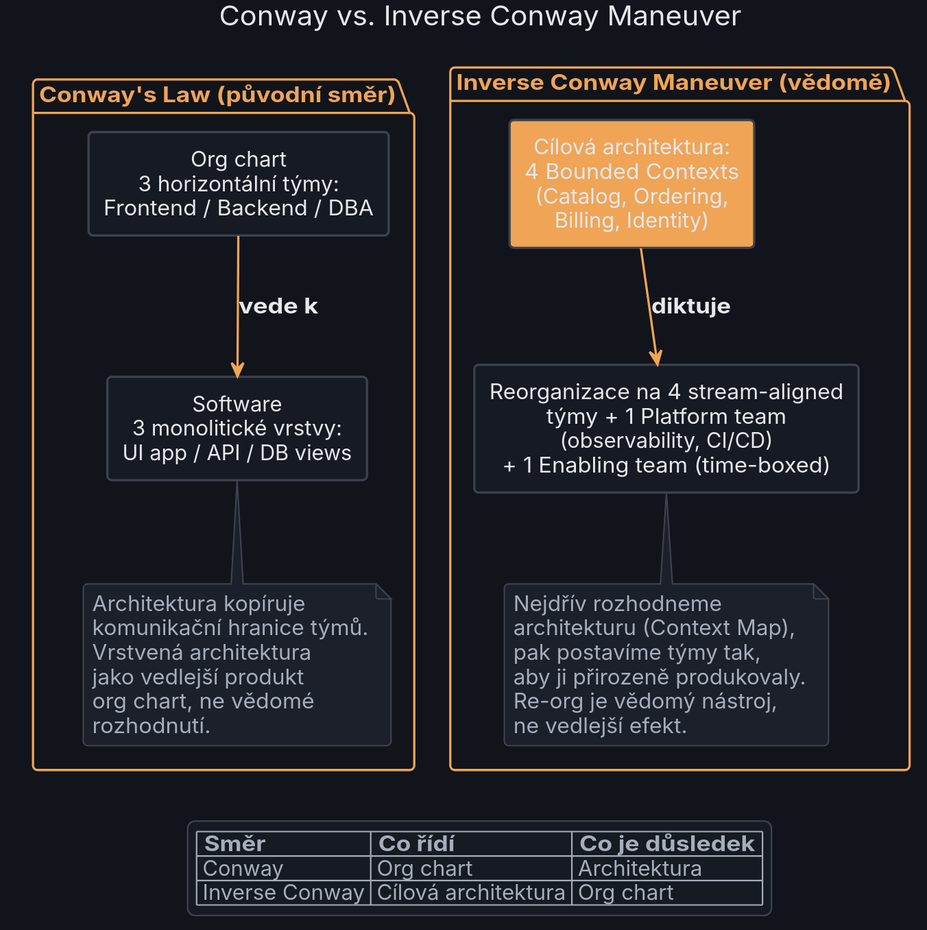
Before: templates/diagrams/18_team_topologies/conway_inverse.svg, a diagram exported from PlantUML (MichalKatuscak/ddd-v-symfony). The source it was exported from:
```plantuml
@startuml conway_inverse
skinparam dpi 150
skinparam backgroundColor #11141A
skinparam shadowing false
skinparam roundCorner 6

skinparam defaultFontName "DejaVu Sans"
skinparam defaultFontSize 14
skinparam defaultFontColor #E6E8EC
skinparam defaultTextAlignment center


skinparam ArrowColor #F0A456
skinparam ArrowFontColor #E6E8EC
skinparam ArrowThickness 1.5

skinparam node {
  BackgroundColor #161A22
  BorderColor #3D424E
  FontColor #E6E8EC
}

skinparam component {
  BackgroundColor #161A22
  BorderColor #3D424E
  FontColor #E6E8EC
}

skinparam rectangle {
  BackgroundColor #161A22
  BorderColor #3D424E
  FontColor #E6E8EC
}

skinparam package {
  BackgroundColor #11141A
  BorderColor #F0A456
  FontColor #F0A456
}

skinparam folder {
  BackgroundColor #161A22
  BorderColor #3D424E
  FontColor #E6E8EC
}

skinparam frame {
  BackgroundColor #161A22
  BorderColor #3D424E
  FontColor #E6E8EC
}

skinparam database {
  BackgroundColor #1B202A
  BorderColor #3D424E
  FontColor #E6E8EC
}

skinparam queue {
  BackgroundColor #1B202A
  BorderColor #3D424E
  FontColor #E6E8EC
}

skinparam cloud {
  BackgroundColor #1B202A
  BorderColor #3D424E
  FontColor #E6E8EC
}

skinparam actor {
  BackgroundColor #161A22
  BorderColor #F0A456
  FontColor #E6E8EC
}

skinparam usecase {
  BackgroundColor #161A22
  BorderColor #3D424E
  FontColor #E6E8EC
}

skinparam class {
  BackgroundColor #161A22
  BorderColor #3D424E
  HeaderBackgroundColor #1B202A
  ArrowColor #F0A456
  FontColor #E6E8EC
  AttributeFontColor #A6ADBB
  StereotypeFontColor #F0A456
}

skinparam object {
  BackgroundColor #161A22
  BorderColor #3D424E
  FontColor #E6E8EC
}

skinparam sequence {
  ParticipantBackgroundColor #161A22
  ParticipantBorderColor #3D424E
  ParticipantFontColor #E6E8EC
  ActorBackgroundColor #161A22
  ActorBorderColor #F0A456
  ActorFontColor #E6E8EC
  LifeLineBorderColor #3D424E
  LifeLineBackgroundColor #1B202A
  ArrowColor #F0A456
  ArrowFontColor #E6E8EC
  GroupBackgroundColor #1B202A
  GroupBorderColor #3D424E
  GroupFontColor #A6ADBB
  GroupHeaderFontColor #F0A456
  BoxBackgroundColor #11141A
  BoxBorderColor #F0A456
  BoxFontColor #F0A456
  DividerBackgroundColor #1B202A
  DividerBorderColor #3D424E
  DividerFontColor #A6ADBB
  ReferenceBackgroundColor #161A22
  ReferenceBorderColor #3D424E
  ReferenceFontColor #E6E8EC
  ReferenceHeaderBackgroundColor #1B202A
  StereotypeFontColor #F0A456
}

skinparam state {
  BackgroundColor #161A22
  BorderColor #3D424E
  FontColor #E6E8EC
  StartColor #F0A456
  EndColor #F0A456
  ArrowColor #F0A456
  AttributeFontColor #A6ADBB
}

skinparam activity {
  BackgroundColor #161A22
  BorderColor #3D424E
  FontColor #E6E8EC
  ArrowColor #F0A456
  StartColor #F0A456
  EndColor #F0A456
  BarColor #F0A456
  DiamondBackgroundColor #1B202A
  DiamondBorderColor #3D424E
  DiamondFontColor #E6E8EC
}

skinparam note {
  BackgroundColor #1B202A
  BorderColor #3D424E
  FontColor #A6ADBB
}

skinparam title {
  FontColor #E6E8EC
  FontSize 18
}

skinparam legend {
  BackgroundColor #161A22
  BorderColor #3D424E
  FontColor #A6ADBB
}

skinparam caption {
  FontColor #A6ADBB
}

skinparam stereotype {
  CBackgroundColor #1B202A
  CBorderColor #F0A456
  ABackgroundColor #1B202A
  ABorderColor #F0A456
  IBackgroundColor #1B202A
  IBorderColor #F0A456
  EBackgroundColor #1B202A
  EBorderColor #F0A456
}

title Conway vs. Inverse Conway Maneuver

package "Conway's Law (původní směr)" {
    rectangle "Org chart\n3 horizontální týmy:\nFrontend / Backend / DBA" as org1
    rectangle "Software\n3 monolitické vrstvy:\nUI app / API / DB views" as sw1
    org1 -down-> sw1 : <b>vede k</b>
    note bottom of sw1
      Architektura kopíruje
      komunikační hranice týmů.
      Vrstvená architektura
      jako vedlejší produkt
      org chart, ne vědomé
      rozhodnutí.
    end note
}

package "Inverse Conway Maneuver (vědomě)" {
    rectangle "Cílová architektura:\n4 Bounded Contexts\n(Catalog, Ordering,\nBilling, Identity)" as sw2 #F0A456
    rectangle "Reorganizace na 4 stream-aligned\ntýmy + 1 Platform team\n(observability, CI/CD)\n+ 1 Enabling team (time-boxed)" as org2
    sw2 -down-> org2 : <b>diktuje</b>
    note bottom of org2
      Nejdřív rozhodneme
      architekturu (Context Map),
      pak postavíme týmy tak,
      aby ji přirozeně produkovaly.
      Re-org je vědomý nástroj,
      ne vedlejší efekt.
    end note
}

org1 -[hidden]right- sw2

legend bottom
  | Směr | Co řídí | Co je důsledek |
  | Conway | Org chart | Architektura |
  | Inverse Conway | Cílová architektura | Org chart |
endlegend

@enduml
```
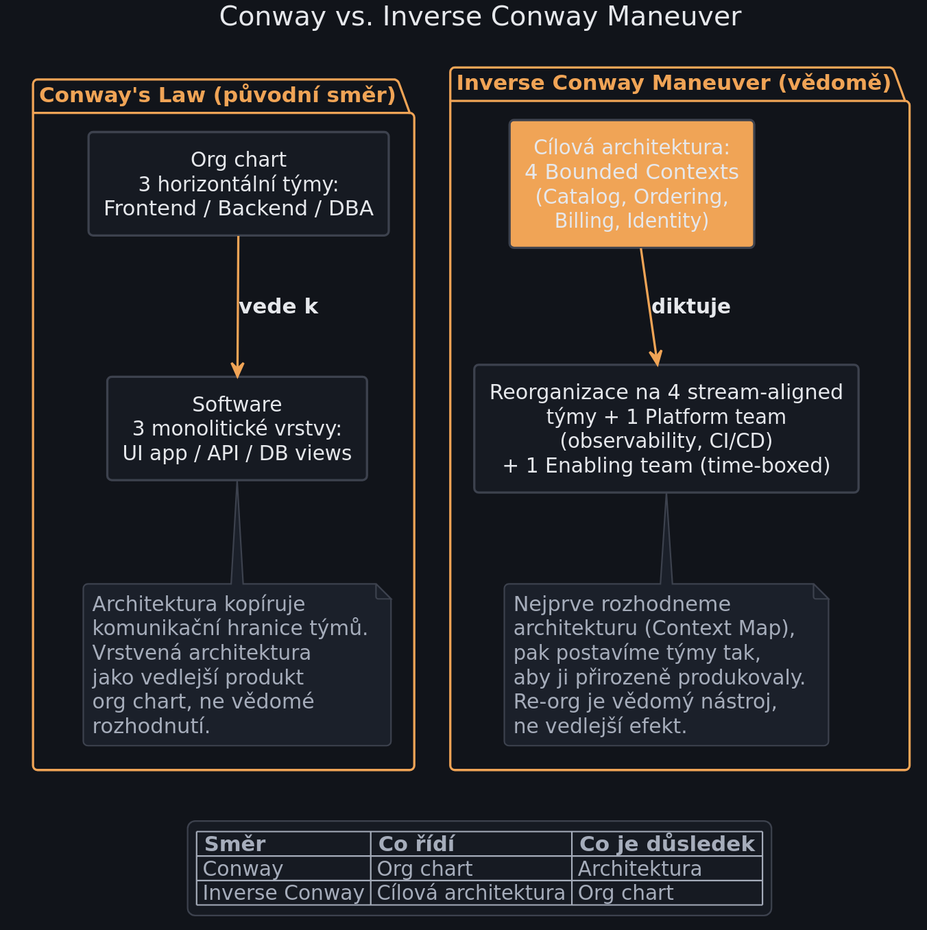
The same diagram one commit later.

The edit, as a diff of the source:
```diff
@@ -200,7 +200,7 @@
     rectangle "Reorganizace na 4 stream-aligned\ntýmy + 1 Platform team\n(observability, CI/CD)\n+ 1 Enabling team (time-boxed)" as org2
     sw2 -down-> org2 : <b>diktuje</b>
     note bottom of org2
-      Nejdřív rozhodneme
+      Nejprve rozhodneme
       architekturu (Context Map),
       pak postavíme týmy tak,
       aby ji přirozeně produkovaly.
```
